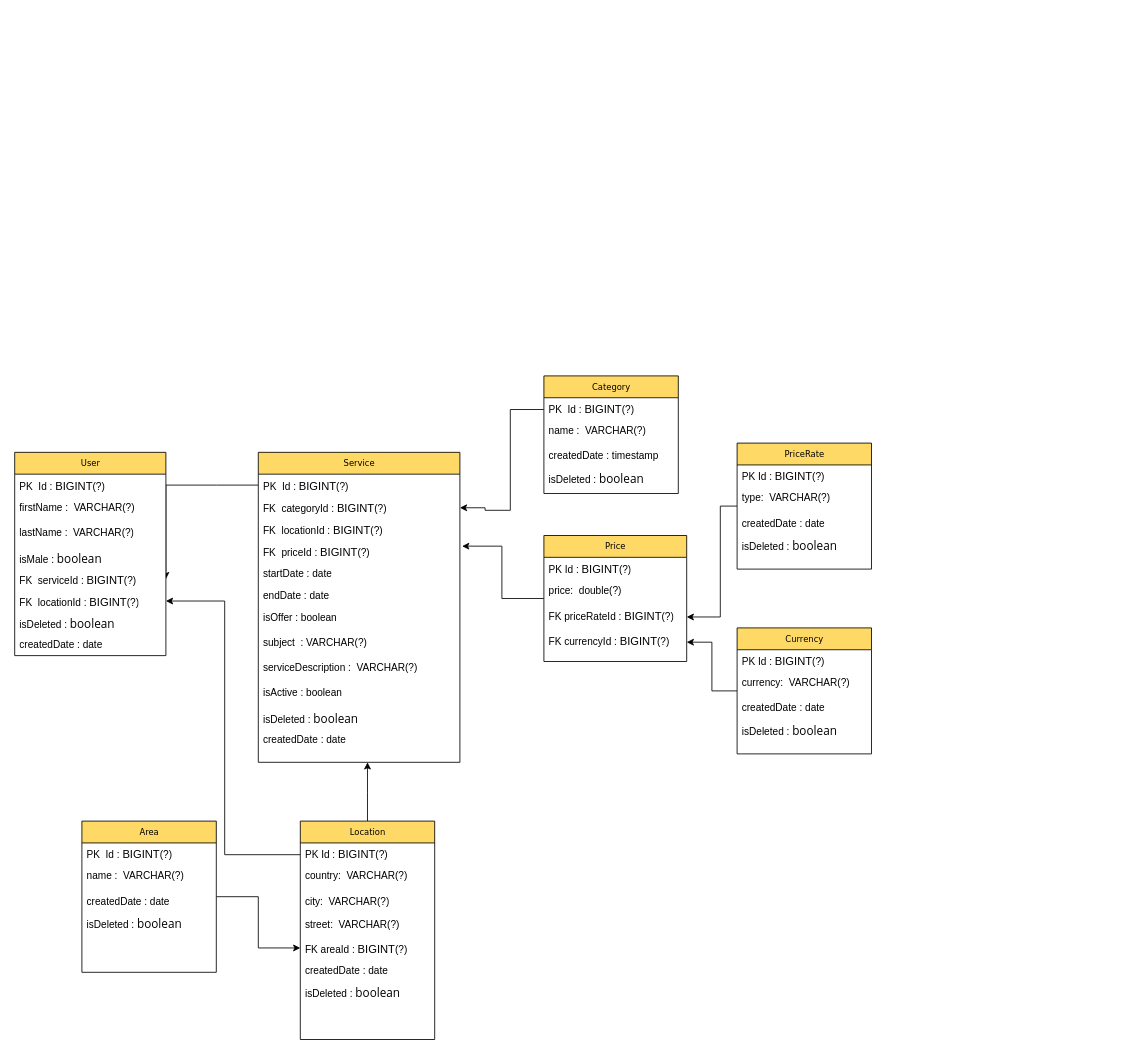
This is page "ERD" (2 of 3) of HelppyDiagrams.drawio from StanislavRa/group_A_Helppy, a draw.io file, before an edit. Source tidied: cells renumbered, new cells numbered last; positions are measured from the earlier drawing's top-left corner, leaving out a move shared by most shapes. Both pictures are drawn from the tidied source at 84%, with x=0, y=0 at pixel (14, 375).
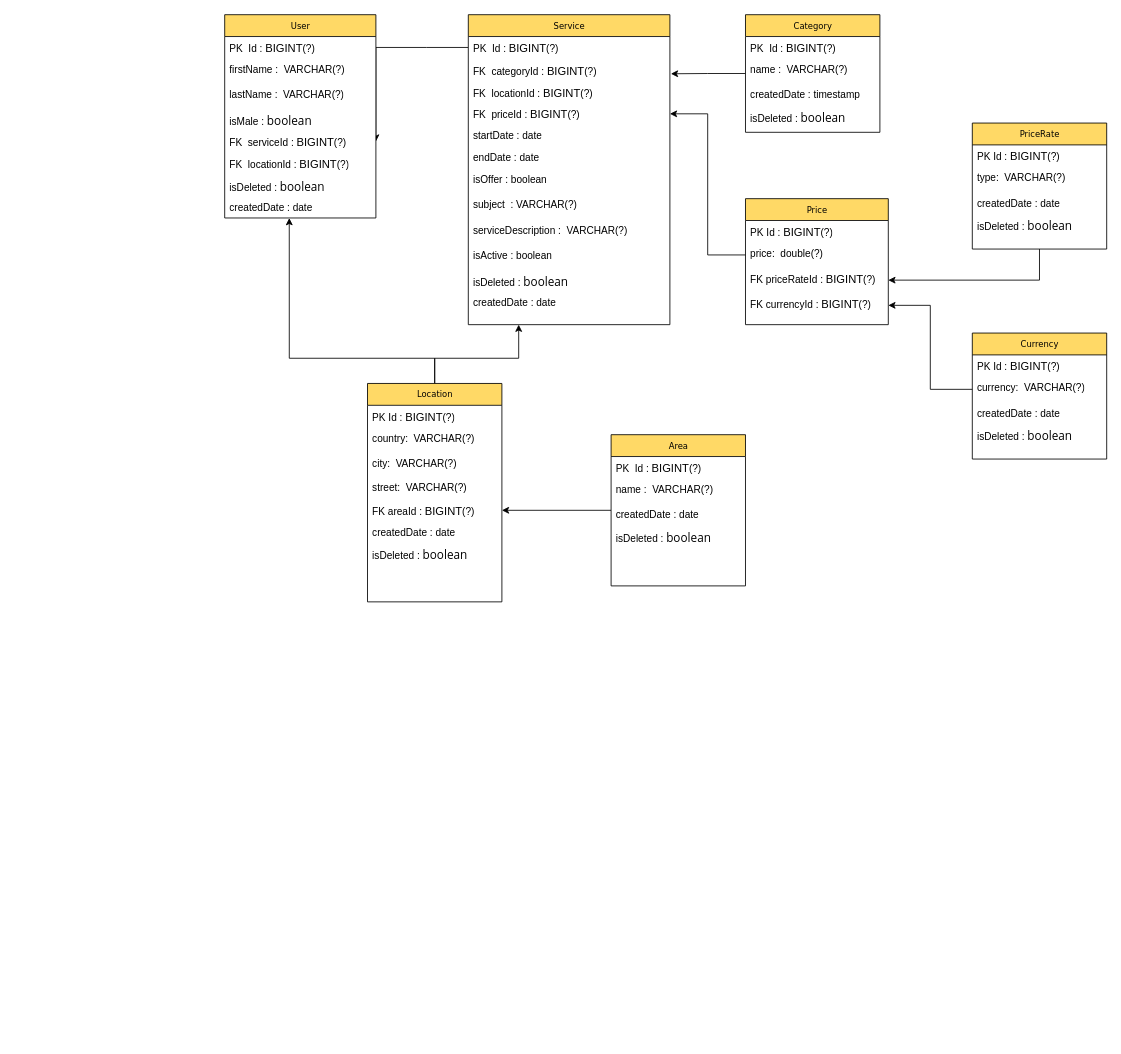
The same page after the edit.

Unchanged cells that the change refers to:
```xml
<mxCell id="11" value="FK&amp;nbsp; categoryId :&amp;nbsp;&lt;span style=&quot;font-family: &amp;#34;arial&amp;#34; , &amp;#34;helvetica&amp;#34; , sans-serif ; font-size: 13.3333px ; background-color: rgb(255 , 255 , 255)&quot;&gt;BIGINT&lt;/span&gt;(?)&lt;span style=&quot;font-family: &amp;#34;arial&amp;#34; , &amp;#34;helvetica&amp;#34; , sans-serif ; font-size: 13.3333px ; background-color: rgb(255 , 255 , 255)&quot;&gt;&lt;br&gt;&amp;nbsp;&lt;/span&gt;" style="text;html=1;strokeColor=none;fillColor=none;align=left;verticalAlign=top;spacingLeft=4;spacingRight=4;whiteSpace=wrap;overflow=hidden;points=[[0,0.5],[1,0.5]];portConstraint=eastwest;" parent="9" vertex="1">
  <mxGeometry y="53" width="240" height="26" as="geometry" />
</mxCell>
<mxCell id="13" value="FK&amp;nbsp; priceId :&amp;nbsp;&lt;span style=&quot;font-family: &amp;#34;arial&amp;#34; , &amp;#34;helvetica&amp;#34; , sans-serif ; font-size: 13.3333px ; background-color: rgb(255 , 255 , 255)&quot;&gt;BIGINT&lt;/span&gt;(?)&lt;span style=&quot;font-family: &amp;#34;arial&amp;#34; , &amp;#34;helvetica&amp;#34; , sans-serif ; font-size: 13.3333px ; background-color: rgb(255 , 255 , 255)&quot;&gt;&lt;br&gt;&amp;nbsp;&lt;/span&gt;" style="text;html=1;strokeColor=none;fillColor=none;align=left;verticalAlign=top;spacingLeft=4;spacingRight=4;whiteSpace=wrap;overflow=hidden;points=[[0,0.5],[1,0.5]];portConstraint=eastwest;" parent="9" vertex="1">
  <mxGeometry y="105" width="240" height="26" as="geometry" />
</mxCell>
<mxCell id="33" value="FK&amp;nbsp; serviceId :&amp;nbsp;&lt;span style=&quot;font-family: &amp;#34;arial&amp;#34; , &amp;#34;helvetica&amp;#34; , sans-serif ; font-size: 13.3333px ; background-color: rgb(255 , 255 , 255)&quot;&gt;BIGINT&lt;/span&gt;(?)&lt;span style=&quot;font-family: &amp;#34;arial&amp;#34; , &amp;#34;helvetica&amp;#34; , sans-serif ; font-size: 13.3333px ; background-color: rgb(255 , 255 , 255)&quot;&gt;&lt;br&gt;&amp;nbsp;&lt;/span&gt;" style="text;html=1;strokeColor=none;fillColor=none;align=left;verticalAlign=top;spacingLeft=4;spacingRight=4;whiteSpace=wrap;overflow=hidden;points=[[0,0.5],[1,0.5]];portConstraint=eastwest;" parent="28" vertex="1">
  <mxGeometry y="138" width="180" height="26" as="geometry" />
</mxCell>
<mxCell id="34" value="FK&amp;nbsp; locationId :&amp;nbsp;&lt;span style=&quot;font-family: &amp;#34;arial&amp;#34; , &amp;#34;helvetica&amp;#34; , sans-serif ; font-size: 13.3333px ; background-color: rgb(255 , 255 , 255)&quot;&gt;BIGINT&lt;/span&gt;(?)&lt;span style=&quot;font-family: &amp;#34;arial&amp;#34; , &amp;#34;helvetica&amp;#34; , sans-serif ; font-size: 13.3333px ; background-color: rgb(255 , 255 , 255)&quot;&gt;&lt;br&gt;&amp;nbsp;&lt;/span&gt;" style="text;html=1;strokeColor=none;fillColor=none;align=left;verticalAlign=top;spacingLeft=4;spacingRight=4;whiteSpace=wrap;overflow=hidden;points=[[0,0.5],[1,0.5]];portConstraint=eastwest;" parent="28" vertex="1">
  <mxGeometry y="164" width="180" height="26" as="geometry" />
</mxCell>
<mxCell id="36" value="createdDate : date" style="text;html=1;strokeColor=none;fillColor=none;align=left;verticalAlign=top;spacingLeft=4;spacingRight=4;whiteSpace=wrap;overflow=hidden;points=[[0,0.5],[1,0.5]];portConstraint=eastwest;" parent="28" vertex="1">
  <mxGeometry y="216" width="180" height="26" as="geometry" />
</mxCell>
<mxCell id="44" value="FK areaId :&amp;nbsp;&lt;span style=&quot;font-family: &amp;#34;arial&amp;#34; , &amp;#34;helvetica&amp;#34; , sans-serif ; font-size: 13.3333px ; background-color: rgb(255 , 255 , 255)&quot;&gt;BIGINT&lt;/span&gt;(?)&lt;span style=&quot;font-family: &amp;#34;arial&amp;#34; , &amp;#34;helvetica&amp;#34; , sans-serif ; font-size: 13.3333px ; background-color: rgb(255 , 255 , 255)&quot;&gt;&lt;br&gt;&amp;nbsp;&lt;/span&gt;" style="text;html=1;strokeColor=none;fillColor=none;align=left;verticalAlign=top;spacingLeft=4;spacingRight=4;whiteSpace=wrap;overflow=hidden;points=[[0,0.5],[1,0.5]];portConstraint=eastwest;" parent="39" vertex="1">
  <mxGeometry y="138" width="160" height="26" as="geometry" />
</mxCell>
<mxCell id="50" value="currency:&amp;nbsp; VARCHAR(?)" style="text;html=1;strokeColor=none;fillColor=none;align=left;verticalAlign=top;spacingLeft=4;spacingRight=4;whiteSpace=wrap;overflow=hidden;points=[[0,0.5],[1,0.5]];portConstraint=eastwest;" parent="48" vertex="1">
  <mxGeometry y="52" width="160" height="30" as="geometry" />
</mxCell>
<mxCell id="62" value="price:&amp;nbsp; double(?)" style="text;html=1;strokeColor=none;fillColor=none;align=left;verticalAlign=top;spacingLeft=4;spacingRight=4;whiteSpace=wrap;overflow=hidden;points=[[0,0.5],[1,0.5]];portConstraint=eastwest;" parent="60" vertex="1">
  <mxGeometry y="52" width="170" height="30" as="geometry" />
</mxCell>
<mxCell id="63" value="FK priceRateId :&amp;nbsp;&lt;span style=&quot;font-family: &amp;#34;arial&amp;#34; , &amp;#34;helvetica&amp;#34; , sans-serif ; font-size: 13.3333px ; background-color: rgb(255 , 255 , 255)&quot;&gt;BIGINT&lt;/span&gt;(?)&lt;span style=&quot;font-family: &amp;#34;arial&amp;#34; , &amp;#34;helvetica&amp;#34; , sans-serif ; font-size: 13.3333px ; background-color: rgb(255 , 255 , 255)&quot;&gt;&lt;br&gt;&amp;nbsp;&lt;/span&gt;" style="text;html=1;strokeColor=none;fillColor=none;align=left;verticalAlign=top;spacingLeft=4;spacingRight=4;whiteSpace=wrap;overflow=hidden;points=[[0,0.5],[1,0.5]];portConstraint=eastwest;" parent="60" vertex="1">
  <mxGeometry y="82" width="170" height="30" as="geometry" />
</mxCell>
<mxCell id="64" value="FK currencyId :&amp;nbsp;&lt;span style=&quot;font-family: &amp;#34;arial&amp;#34; , &amp;#34;helvetica&amp;#34; , sans-serif ; font-size: 13.3333px ; background-color: rgb(255 , 255 , 255)&quot;&gt;BIGINT&lt;/span&gt;(?)&lt;span style=&quot;font-family: &amp;#34;arial&amp;#34; , &amp;#34;helvetica&amp;#34; , sans-serif ; font-size: 13.3333px ; background-color: rgb(255 , 255 , 255)&quot;&gt;&lt;br&gt;&amp;nbsp;&lt;/span&gt;" style="text;html=1;strokeColor=none;fillColor=none;align=left;verticalAlign=top;spacingLeft=4;spacingRight=4;whiteSpace=wrap;overflow=hidden;points=[[0,0.5],[1,0.5]];portConstraint=eastwest;" parent="60" vertex="1">
  <mxGeometry y="112" width="170" height="30" as="geometry" />
</mxCell>
```

Change to the diagram source:
```diff
@@
-    <mxCell id="2" style="edgeStyle=orthogonalEdgeStyle;rounded=0;jettySize=auto;html=1;entryX=1;entryY=0.5;entryDx=0;entryDy=0;" parent="1" edge="1" source="3" target="11">
-      <mxGeometry relative="1" as="geometry">
-        <Array as="points">
-          <mxPoint x="590" y="40" />
-          <mxPoint x="590" y="160" />
-          <mxPoint x="560" y="160" />
-          <mxPoint x="560" y="157" />
-        </Array>
-      </mxGeometry>
+    <mxCell id="2" style="edgeStyle=orthogonalEdgeStyle;rounded=0;jettySize=auto;html=1;entryX=1.005;entryY=0.667;entryDx=0;entryDy=0;entryPerimeter=0;" parent="1" edge="1" source="3" target="11">
+      <mxGeometry relative="1" as="geometry" />
     </mxCell>
     <mxCell id="3" value="Category" style="swimlane;html=1;fontStyle=0;horizontal=1;startSize=26;fillColor=#FFD966;swimlaneFillColor=#ffffff;rounded=0;shadow=0;comic=0;labelBackgroundColor=none;strokeWidth=1;fontFamily=Verdana;fontSize=10;align=center;" parent="1" vertex="1">
-      <mxGeometry x="630" width="160" height="140" as="geometry" />
+      <mxGeometry x="870" y="-430" width="160" height="140" as="geometry" />
     </mxCell>
@@
     <mxCell id="8" style="edgeStyle=orthogonalEdgeStyle;rounded=0;jettySize=auto;html=1;entryX=1;entryY=0.5;entryDx=0;entryDy=0;" parent="1" edge="1" source="9" target="33">
       <mxGeometry relative="1" as="geometry">
         <Array as="points">
-          <mxPoint x="240" y="130" />
-          <mxPoint x="240" y="130" />
+          <mxPoint x="490" y="-391" />
+          <mxPoint x="490" y="-391" />
         </Array>
       </mxGeometry>
     </mxCell>
     <mxCell id="9" value="Service" style="swimlane;html=1;fontStyle=0;horizontal=1;startSize=26;fillColor=#FFD966;swimlaneFillColor=#ffffff;rounded=0;shadow=0;comic=0;labelBackgroundColor=none;strokeWidth=1;fontFamily=Verdana;fontSize=10;align=center;" parent="1" vertex="1">
-      <mxGeometry x="290" y="91" width="240" height="369" as="geometry" />
+      <mxGeometry x="540" y="-430" width="240" height="369" as="geometry" />
     </mxCell>
@@
-    <mxCell id="22" style="edgeStyle=orthogonalEdgeStyle;rounded=0;jettySize=auto;html=1;entryX=0;entryY=0.5;entryDx=0;entryDy=0;" parent="1" edge="1" source="23" target="44">
+    <mxCell id="22" style="edgeStyle=orthogonalEdgeStyle;rounded=0;jettySize=auto;html=1;" parent="1" edge="1" source="23" target="44">
       <mxGeometry relative="1" as="geometry" />
     </mxCell>
     <mxCell id="23" value="Area" style="swimlane;html=1;fontStyle=0;horizontal=1;startSize=26;fillColor=#FFD966;swimlaneFillColor=#ffffff;rounded=0;shadow=0;comic=0;labelBackgroundColor=none;strokeWidth=1;fontFamily=Verdana;fontSize=10;align=center;" parent="1" vertex="1">
-      <mxGeometry x="80" y="530" width="160" height="180" as="geometry" />
+      <mxGeometry x="710" y="70" width="160" height="180" as="geometry" />
     </mxCell>
@@
     <mxCell id="28" value="User" style="swimlane;html=1;fontStyle=0;horizontal=1;startSize=26;fillColor=#FFD966;swimlaneFillColor=#ffffff;rounded=0;shadow=0;comic=0;labelBackgroundColor=none;strokeWidth=1;fontFamily=Verdana;fontSize=10;align=center;" parent="1" vertex="1">
-      <mxGeometry y="91" width="180" height="242" as="geometry" />
+      <mxGeometry x="250" y="-430" width="180" height="242" as="geometry" />
     </mxCell>
@@
-    <mxCell id="37" style="edgeStyle=orthogonalEdgeStyle;rounded=0;jettySize=auto;html=1;" parent="1" edge="1" source="39">
-      <mxGeometry relative="1" as="geometry">
-        <mxPoint x="420" y="460" as="targetPoint" />
-      </mxGeometry>
-    </mxCell>
-    <mxCell id="38" style="edgeStyle=orthogonalEdgeStyle;rounded=0;jettySize=auto;html=1;entryX=1;entryY=0.5;entryDx=0;entryDy=0;" parent="1" edge="1" source="39" target="34">
-      <mxGeometry relative="1" as="geometry">
-        <Array as="points">
-          <mxPoint x="250" y="570" />
-          <mxPoint x="250" y="268" />
-        </Array>
-      </mxGeometry>
-    </mxCell>
+    <mxCell id="65" style="edgeStyle=orthogonalEdgeStyle;rounded=0;jettySize=auto;html=1;entryX=0.25;entryY=1;entryDx=0;entryDy=0;" parent="1" edge="1" source="39" target="9">
+      <mxGeometry relative="1" as="geometry">
+        <Array as="points">
+          <mxPoint x="500" y="-21" />
+          <mxPoint x="600" y="-21" />
+        </Array>
+      </mxGeometry>
+    </mxCell>
+    <mxCell id="66" style="edgeStyle=orthogonalEdgeStyle;rounded=0;jettySize=auto;html=1;entryX=0.427;entryY=1.004;entryDx=0;entryDy=0;entryPerimeter=0;" parent="1" edge="1" source="39" target="36">
+      <mxGeometry relative="1" as="geometry">
+        <Array as="points">
+          <mxPoint x="500" y="-21" />
+          <mxPoint x="327" y="-21" />
+        </Array>
+      </mxGeometry>
+    </mxCell>
     <mxCell id="39" value="Location" style="swimlane;html=1;fontStyle=0;horizontal=1;startSize=26;fillColor=#FFD966;swimlaneFillColor=#ffffff;rounded=0;shadow=0;comic=0;labelBackgroundColor=none;strokeWidth=1;fontFamily=Verdana;fontSize=10;align=center;" parent="1" vertex="1">
-      <mxGeometry x="340" y="530" width="160" height="260" as="geometry" />
+      <mxGeometry x="420" y="9" width="160" height="260" as="geometry" />
     </mxCell>
@@
-    <mxCell id="47" style="edgeStyle=orthogonalEdgeStyle;rounded=0;jettySize=auto;html=1;entryX=1;entryY=0.5;entryDx=0;entryDy=0;" parent="1" edge="1" source="48" target="64">
-      <mxGeometry relative="1" as="geometry" />
-    </mxCell>
     <mxCell id="48" value="Currency" style="swimlane;html=1;fontStyle=0;horizontal=1;startSize=26;fillColor=#FFD966;swimlaneFillColor=#ffffff;rounded=0;shadow=0;comic=0;labelBackgroundColor=none;strokeWidth=1;fontFamily=Verdana;fontSize=10;align=center;" parent="1" vertex="1">
-      <mxGeometry x="860" y="300" width="160" height="150" as="geometry" />
+      <mxGeometry x="1140" y="-51" width="160" height="150" as="geometry" />
     </mxCell>
@@
-    <mxCell id="53" style="edgeStyle=orthogonalEdgeStyle;rounded=0;jettySize=auto;html=1;entryX=1;entryY=0.5;entryDx=0;entryDy=0;" parent="1" edge="1" source="54" target="63">
-      <mxGeometry relative="1" as="geometry">
-        <Array as="points">
-          <mxPoint x="840" y="155" />
-          <mxPoint x="840" y="287" />
-        </Array>
-      </mxGeometry>
+    <mxCell id="53" style="edgeStyle=orthogonalEdgeStyle;rounded=0;jettySize=auto;html=1;" parent="1" edge="1" source="54" target="63">
+      <mxGeometry relative="1" as="geometry" />
     </mxCell>
     <mxCell id="54" value="PriceRate" style="swimlane;html=1;fontStyle=0;horizontal=1;startSize=26;fillColor=#FFD966;swimlaneFillColor=#ffffff;rounded=0;shadow=0;comic=0;labelBackgroundColor=none;strokeWidth=1;fontFamily=Verdana;fontSize=10;align=center;" parent="1" vertex="1">
-      <mxGeometry x="860" y="80" width="160" height="150" as="geometry" />
+      <mxGeometry x="1140" y="-301" width="160" height="150" as="geometry" />
     </mxCell>
@@
-    <mxCell id="59" style="edgeStyle=orthogonalEdgeStyle;rounded=0;jettySize=auto;html=1;entryX=1.011;entryY=0.257;entryDx=0;entryDy=0;entryPerimeter=0;" parent="1" edge="1" source="60" target="13">
-      <mxGeometry relative="1" as="geometry" />
-    </mxCell>
     <mxCell id="60" value="Price" style="swimlane;html=1;fontStyle=0;horizontal=1;startSize=26;fillColor=#FFD966;swimlaneFillColor=#ffffff;rounded=0;shadow=0;comic=0;labelBackgroundColor=none;strokeWidth=1;fontFamily=Verdana;fontSize=10;align=center;" parent="1" vertex="1">
-      <mxGeometry x="630" y="190" width="170" height="150" as="geometry" />
+      <mxGeometry x="870" y="-211" width="170" height="150" as="geometry" />
     </mxCell>
@@
+    <mxCell id="67" style="edgeStyle=orthogonalEdgeStyle;rounded=0;jettySize=auto;html=1;" parent="1" edge="1" source="62" target="13">
+      <mxGeometry relative="1" as="geometry" />
+    </mxCell>
+    <mxCell id="68" style="edgeStyle=orthogonalEdgeStyle;rounded=0;jettySize=auto;html=1;" parent="1" edge="1" source="50" target="64">
+      <mxGeometry relative="1" as="geometry" />
+    </mxCell>
```
